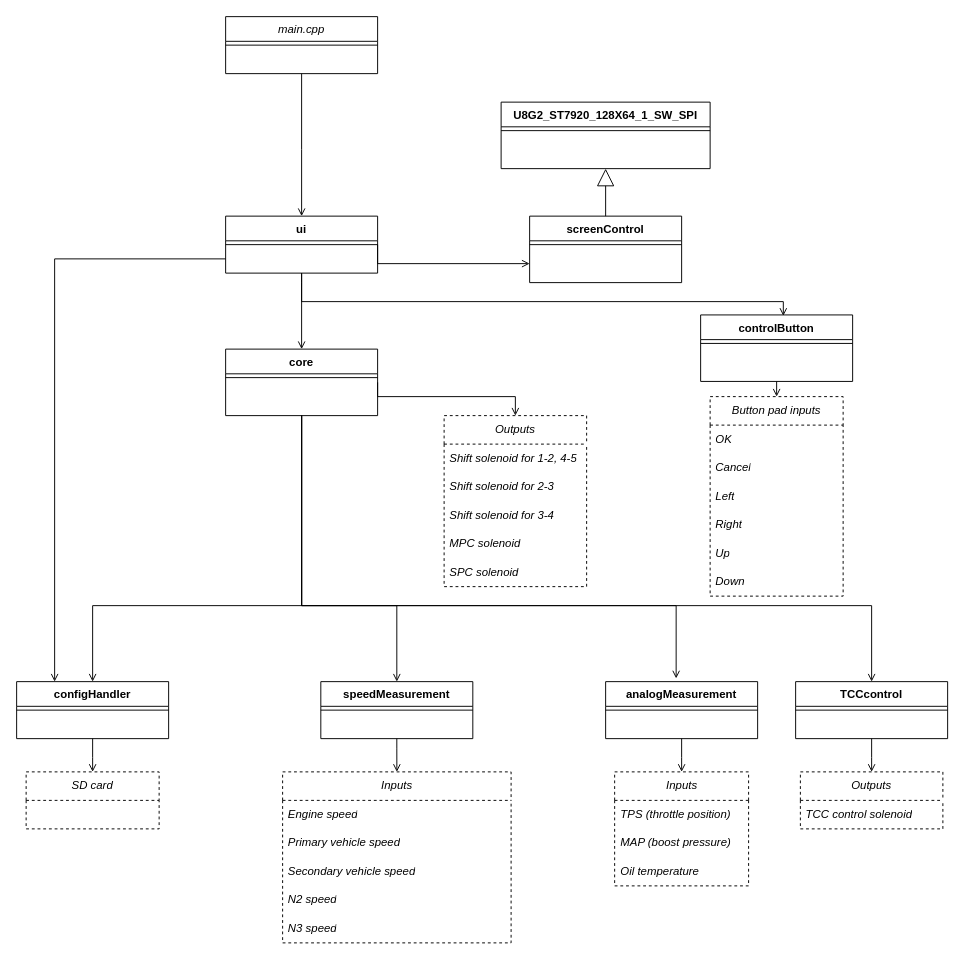
The draw.io diagram Class Diagram.drawio in tkontrol/dueATC, before the edit. Source tidied: cells renumbered, new cells numbered last; positions are measured from the earlier drawing's top-left corner, leaving out a move shared by most shapes. Both pictures are drawn from the tidied source at 95%, with x=0, y=0 at pixel (16, 16).
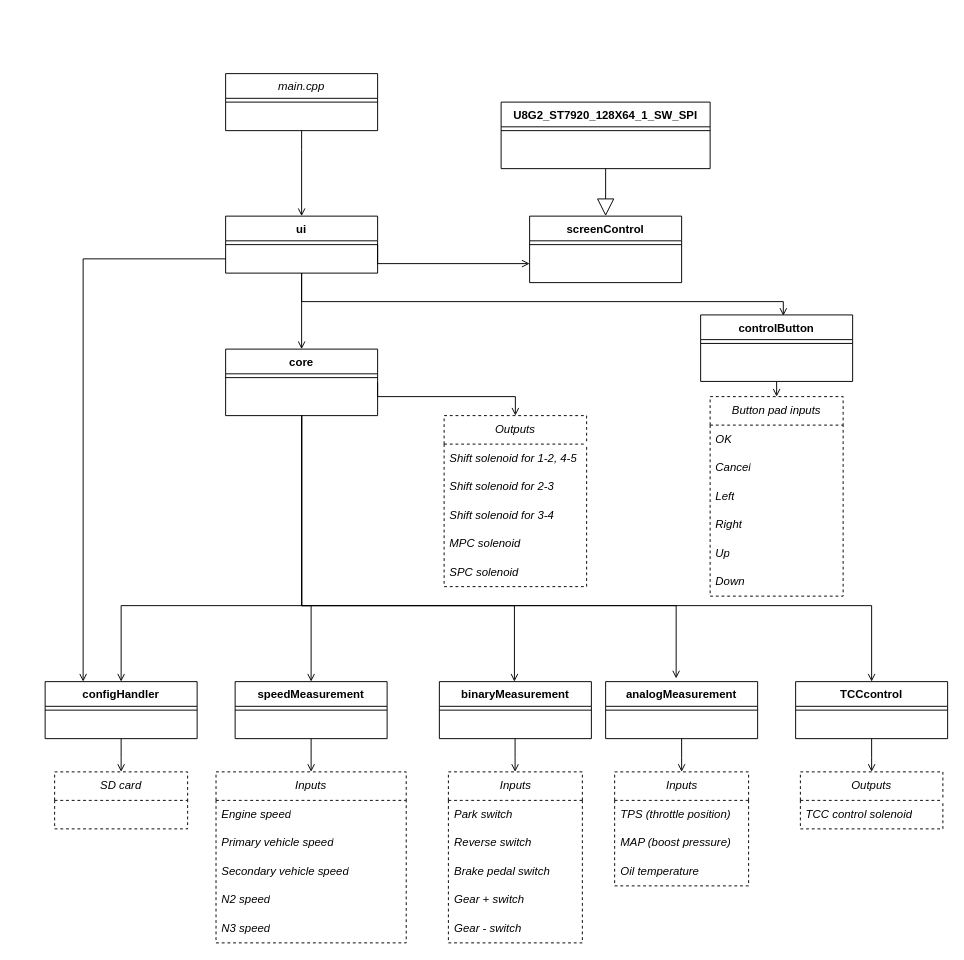
Above is the later version.

Commit message:
Added binaryMeasurement Class

The change refers to these unchanged cells:
```xml
<mxCell id="4" value="core" style="swimlane;fontStyle=1;align=center;verticalAlign=top;horizontal=1;startSize=26;rounded=0;shadow=0;strokeWidth=1;" parent="1" vertex="1">
  <mxGeometry x="220" y="350" width="160" height="70" as="geometry" />
</mxCell>
<mxCell id="23" value="screenControl" style="swimlane;fontStyle=1;align=center;verticalAlign=top;horizontal=1;startSize=26;rounded=0;shadow=0;strokeWidth=1;" parent="1" vertex="1">
  <mxGeometry x="540" y="210" width="160" height="70" as="geometry" />
</mxCell>
<mxCell id="28" value="U8G2_ST7920_128X64_1_SW_SPI" style="swimlane;fontStyle=1;align=center;verticalAlign=top;horizontal=1;startSize=26;rounded=0;shadow=0;strokeWidth=1;" parent="1" vertex="1">
  <mxGeometry x="510" y="90" width="220" height="70" as="geometry" />
</mxCell>
```

Diff of the diagram source:
```diff
@@
     <mxCell id="6" value="speedMeasurement" style="swimlane;fontStyle=1;align=center;verticalAlign=top;horizontal=1;startSize=26;rounded=0;shadow=0;strokeWidth=1;" parent="1" vertex="1">
-      <mxGeometry x="320.2" y="700" width="160" height="60" as="geometry" />
+      <mxGeometry x="230" y="700" width="160" height="60" as="geometry" />
     </mxCell>
@@
     <mxCell id="9" value="main.cpp" style="swimlane;fontStyle=2;align=center;verticalAlign=top;horizontal=1;startSize=26;rounded=0;shadow=0;strokeWidth=1;" parent="1" vertex="1">
-      <mxGeometry x="220" width="160" height="60" as="geometry" />
+      <mxGeometry x="220" y="60" width="160" height="60" as="geometry" />
     </mxCell>
@@
     <mxCell id="11" value="configHandler" style="swimlane;fontStyle=1;align=center;verticalAlign=top;horizontal=1;startSize=26;rounded=0;shadow=0;strokeWidth=1;" parent="1" vertex="1">
-      <mxGeometry y="700" width="160" height="60" as="geometry" />
+      <mxGeometry x="30" y="700" width="160" height="60" as="geometry" />
     </mxCell>
@@
-    <mxCell id="31" style="endArrow=block;endSize=16;endFill=0;html=1;rounded=0;entryX=0.5;entryY=1;entryDx=0;entryDy=0;exitX=0.5;exitY=0;exitDx=0;exitDy=0;" parent="1" edge="1" source="23" target="28">
+    <mxCell id="31" style="endArrow=block;endSize=16;endFill=0;html=1;rounded=0;entryX=0.5;entryY=0;entryDx=0;entryDy=0;exitX=0.5;exitY=1;exitDx=0;exitDy=0;" parent="1" edge="1" source="28" target="23">
       <mxGeometry relative="1" as="geometry" />
     </mxCell>
@@
     <mxCell id="39" value="&lt;i&gt;SD card&lt;/i&gt;" style="swimlane;fontStyle=0;horizontal=1;startSize=30;whiteSpace=wrap;html=1;dashed=1;" parent="1" vertex="1">
-      <mxGeometry x="10" y="795" width="140" height="60" as="geometry" />
+      <mxGeometry x="40" y="795" width="140" height="60" as="geometry" />
     </mxCell>
@@
     <mxCell id="57" value="&lt;i&gt;Inputs&lt;/i&gt;" style="swimlane;fontStyle=0;horizontal=1;startSize=30;whiteSpace=wrap;html=1;dashed=1;" parent="1" vertex="1">
-      <mxGeometry x="280" y="795" width="240.5" height="180" as="geometry" />
+      <mxGeometry x="209.9" y="795" width="200.2" height="180" as="geometry" />
     </mxCell>
     <mxCell id="58" value="&lt;i&gt;Engine speed&lt;/i&gt;" style="text;strokeColor=none;fillColor=none;align=left;verticalAlign=middle;spacingLeft=4;spacingRight=4;overflow=hidden;whiteSpace=wrap;html=1;" parent="57" vertex="1">
-      <mxGeometry y="30" width="240.5" height="30" as="geometry" />
+      <mxGeometry y="30" width="200.2" height="30" as="geometry" />
     </mxCell>
     <mxCell id="59" value="&lt;i&gt;Primary vehicle speed&lt;/i&gt;" style="text;strokeColor=none;fillColor=none;align=left;verticalAlign=middle;spacingLeft=4;spacingRight=4;overflow=hidden;whiteSpace=wrap;html=1;" parent="57" vertex="1">
-      <mxGeometry y="60" width="240.5" height="30" as="geometry" />
+      <mxGeometry y="60" width="200.2" height="30" as="geometry" />
     </mxCell>
     <mxCell id="60" value="&lt;i&gt;Secondary vehicle speed&lt;/i&gt;" style="text;strokeColor=none;fillColor=none;align=left;verticalAlign=middle;spacingLeft=4;spacingRight=4;overflow=hidden;whiteSpace=wrap;html=1;" parent="57" vertex="1">
-      <mxGeometry y="90" width="240.5" height="30" as="geometry" />
+      <mxGeometry y="90" width="200.2" height="30" as="geometry" />
     </mxCell>
     <mxCell id="61" value="&lt;i&gt;N2 speed&lt;/i&gt;" style="text;strokeColor=none;fillColor=none;align=left;verticalAlign=middle;spacingLeft=4;spacingRight=4;overflow=hidden;whiteSpace=wrap;html=1;" parent="57" vertex="1">
-      <mxGeometry y="120" width="240.5" height="30" as="geometry" />
+      <mxGeometry y="120" width="200.2" height="30" as="geometry" />
     </mxCell>
     <mxCell id="62" value="&lt;i&gt;N3 speed&lt;/i&gt;" style="text;strokeColor=none;fillColor=none;align=left;verticalAlign=middle;spacingLeft=4;spacingRight=4;overflow=hidden;whiteSpace=wrap;html=1;" parent="57" vertex="1">
-      <mxGeometry y="150" width="240.5" height="30" as="geometry" />
+      <mxGeometry y="150" width="200.2" height="30" as="geometry" />
     </mxCell>
@@
+    <mxCell id="64" value="binaryMeasurement" style="swimlane;fontStyle=1;align=center;verticalAlign=top;horizontal=1;startSize=26;rounded=0;shadow=0;strokeWidth=1;" parent="1" vertex="1">
+      <mxGeometry x="445" y="700" width="160" height="60" as="geometry" />
+    </mxCell>
+    <mxCell id="65" style="line;html=1;strokeWidth=1;align=left;verticalAlign=middle;spacingTop=-1;spacingLeft=3;spacingRight=3;labelPosition=right;" parent="64" vertex="1">
+      <mxGeometry y="26" width="160" height="8" as="geometry" />
+    </mxCell>
+    <mxCell id="66" style="endArrow=open;shadow=0;strokeWidth=1;rounded=0;endFill=1;edgeStyle=elbowEdgeStyle;elbow=vertical;exitX=0.5;exitY=1;exitDx=0;exitDy=0;entryX=0.464;entryY=-0.056;entryDx=0;entryDy=0;entryPerimeter=0;" parent="1" edge="1" source="4">
+      <mxGeometry x="0.5" y="41" relative="1" as="geometry">
+        <mxPoint x="524" y="700" as="targetPoint" />
+        <Array as="points">
+          <mxPoint x="410" y="620" />
+        </Array>
+        <mxPoint x="-40" y="32" as="offset" />
+      </mxGeometry>
+    </mxCell>
+    <mxCell id="67" value="&lt;i&gt;Inputs&lt;/i&gt;" style="swimlane;fontStyle=0;horizontal=1;startSize=30;whiteSpace=wrap;html=1;dashed=1;" parent="1" vertex="1">
+      <mxGeometry x="454.5" y="795" width="141" height="180" as="geometry" />
+    </mxCell>
+    <mxCell id="68" value="&lt;i&gt;Park switch&lt;/i&gt;" style="text;strokeColor=none;fillColor=none;align=left;verticalAlign=middle;spacingLeft=4;spacingRight=4;overflow=hidden;whiteSpace=wrap;html=1;" parent="67" vertex="1">
+      <mxGeometry y="30" width="141" height="30" as="geometry" />
+    </mxCell>
+    <mxCell id="69" value="&lt;i&gt;Reverse switch&lt;/i&gt;" style="text;strokeColor=none;fillColor=none;align=left;verticalAlign=middle;spacingLeft=4;spacingRight=4;overflow=hidden;whiteSpace=wrap;html=1;" parent="67" vertex="1">
+      <mxGeometry y="60" width="141" height="30" as="geometry" />
+    </mxCell>
+    <mxCell id="70" value="&lt;i&gt;Brake pedal switch&lt;/i&gt;" style="text;strokeColor=none;fillColor=none;align=left;verticalAlign=middle;spacingLeft=4;spacingRight=4;overflow=hidden;whiteSpace=wrap;html=1;" parent="67" vertex="1">
+      <mxGeometry y="90" width="141" height="30" as="geometry" />
+    </mxCell>
+    <mxCell id="71" value="&lt;i&gt;Gear + switch&lt;/i&gt;" style="text;strokeColor=none;fillColor=none;align=left;verticalAlign=middle;spacingLeft=4;spacingRight=4;overflow=hidden;whiteSpace=wrap;html=1;" parent="67" vertex="1">
+      <mxGeometry y="120" width="141" height="30" as="geometry" />
+    </mxCell>
+    <mxCell id="72" value="&lt;i&gt;Gear - switch&lt;/i&gt;" style="text;strokeColor=none;fillColor=none;align=left;verticalAlign=middle;spacingLeft=4;spacingRight=4;overflow=hidden;whiteSpace=wrap;html=1;" parent="67" vertex="1">
+      <mxGeometry y="150" width="141" height="30" as="geometry" />
+    </mxCell>
+    <mxCell id="73" style="endArrow=open;shadow=0;strokeWidth=1;rounded=0;endFill=1;edgeStyle=elbowEdgeStyle;elbow=vertical;exitX=0.5;exitY=1;exitDx=0;exitDy=0;entryX=0.5;entryY=0;entryDx=0;entryDy=0;" parent="1" edge="1">
+      <mxGeometry x="0.5" y="41" relative="1" as="geometry">
+        <mxPoint x="524.7" y="760" as="sourcePoint" />
+        <mxPoint x="524.7" y="795" as="targetPoint" />
+        <Array as="points">
+          <mxPoint x="524.7" y="780" />
+          <mxPoint x="628.2" y="480" />
+        </Array>
+        <mxPoint x="-40" y="32" as="offset" />
+      </mxGeometry>
+    </mxCell>
```
